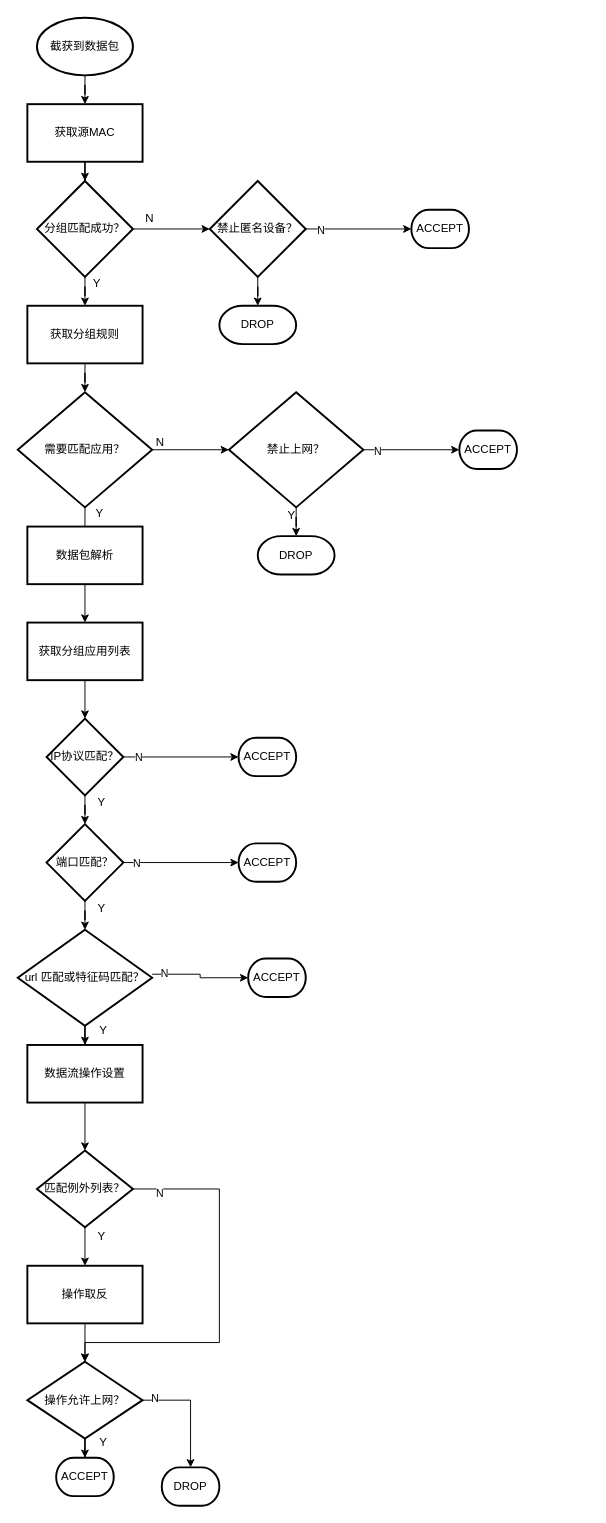
The draw.io diagram page "过滤器流程" (3 of 4) of img/image.drawio in gl-inet/parental-control, before the edit. Source tidied: cells renumbered, new cells numbered last; positions are measured from the earlier drawing's top-left corner, leaving out a move shared by most shapes. Both pictures are drawn from the tidied source at 96%, with x=0, y=0 at pixel (17, 17).
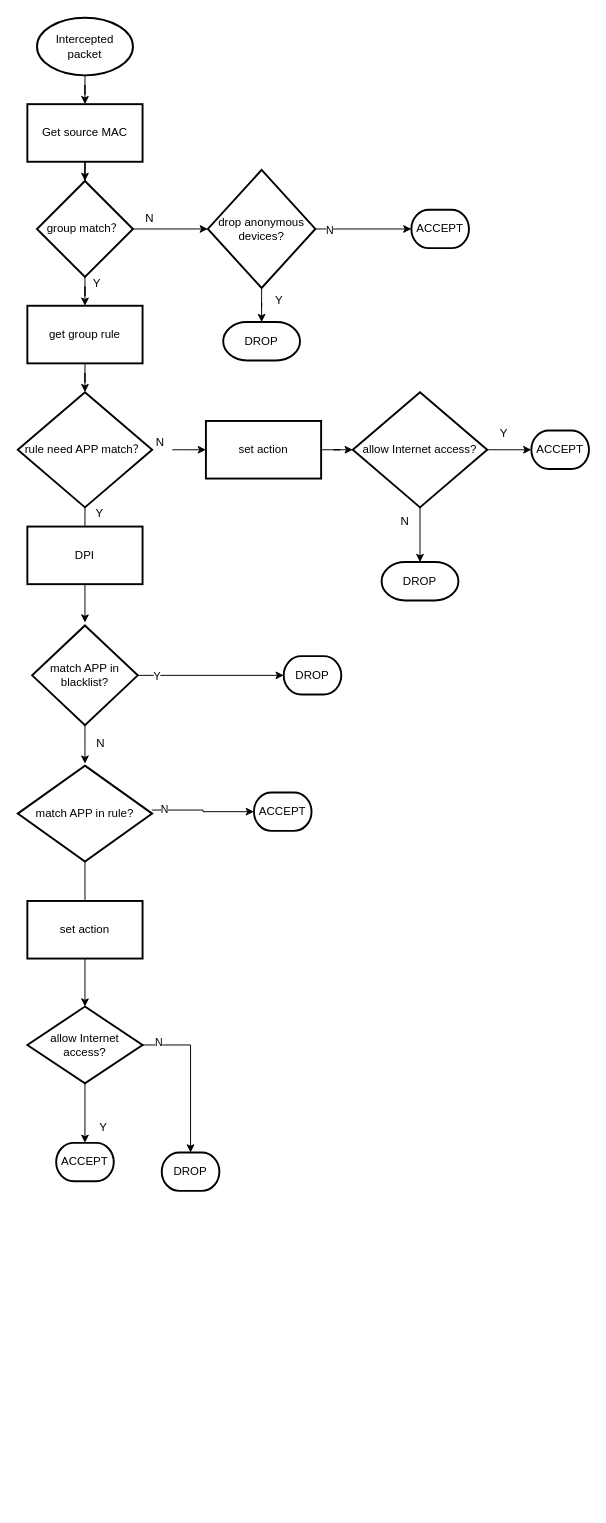
Above is the later version.

The change refers to these unchanged cells:
```xml
<mxCell id="20" style="edgeStyle=orthogonalEdgeStyle;rounded=0;jettySize=auto;html=1;" parent="1" edge="1" source="23" target="24">
  <mxGeometry relative="1" as="geometry" />
</mxCell>
<mxCell id="31" style="edgeStyle=orthogonalEdgeStyle;rounded=0;jettySize=auto;html=1;entryX=0;entryY=0.5;entryDx=0;entryDy=0;entryPerimeter=0;" parent="1" edge="1" source="33" target="38">
  <mxGeometry relative="1" as="geometry" />
</mxCell>
<mxCell id="60" value="N" style="text;html=1;align=center;verticalAlign=middle;points=[];strokeColor=none;fillColor=none;" parent="1" vertex="1">
  <mxGeometry x="134" y="430" width="27" height="26" as="geometry" />
</mxCell>
```

The edit, as a diff of the source:
```diff
@@
-    <mxCell id="3" value="截获到数据包" style="strokeWidth=2;html=1;shape=mxgraph.flowchart.start_1;whiteSpace=wrap;fillColor=none;" parent="1" vertex="1">
+    <mxCell id="3" value="Intercepted packet" style="strokeWidth=2;html=1;shape=mxgraph.flowchart.start_1;whiteSpace=wrap;fillColor=none;" parent="1" vertex="1">
       <mxGeometry x="20" width="100" height="60" as="geometry" />
     </mxCell>
@@
-    <mxCell id="6" value="分组匹配成功？" style="strokeWidth=2;html=1;shape=mxgraph.flowchart.decision;whiteSpace=wrap;" parent="1" vertex="1">
+    <mxCell id="6" value="group match？" style="strokeWidth=2;html=1;shape=mxgraph.flowchart.decision;whiteSpace=wrap;" parent="1" vertex="1">
       <mxGeometry x="20" y="170" width="100" height="100" as="geometry" />
     </mxCell>
@@
-    <mxCell id="10" value="禁止匿名设备？" style="strokeWidth=2;html=1;shape=mxgraph.flowchart.decision;whiteSpace=wrap;" parent="1" vertex="1">
-      <mxGeometry x="200" y="170" width="100" height="100" as="geometry" />
+    <mxCell id="10" value="drop anonymous devices?" style="strokeWidth=2;html=1;shape=mxgraph.flowchart.decision;whiteSpace=wrap;" parent="1" vertex="1">
+      <mxGeometry x="198" y="158.5" width="112" height="123" as="geometry" />
     </mxCell>
     <mxCell id="11" value="DROP" style="strokeWidth=2;html=1;shape=mxgraph.flowchart.terminator;whiteSpace=wrap;" parent="1" vertex="1">
-      <mxGeometry x="210" y="300" width="80" height="40" as="geometry" />
+      <mxGeometry x="214" y="317" width="80" height="40" as="geometry" />
     </mxCell>
@@
-    <mxCell id="14" value="获取分组规则" style="whiteSpace=wrap;html=1;strokeWidth=2;" parent="1" vertex="1">
+    <mxCell id="14" value="get group rule" style="whiteSpace=wrap;html=1;strokeWidth=2;" parent="1" vertex="1">
       <mxGeometry x="10" y="300" width="120" height="60" as="geometry" />
     </mxCell>
-    <mxCell id="15" style="edgeStyle=orthogonalEdgeStyle;rounded=0;jettySize=auto;html=1;" parent="1" edge="1" source="17" target="23">
-      <mxGeometry relative="1" as="geometry" />
-    </mxCell>
@@
-    <mxCell id="17" value="需要匹配应用？" style="rhombus;whiteSpace=wrap;html=1;strokeWidth=2;" parent="1" vertex="1">
+    <mxCell id="17" value="rule need APP match？" style="rhombus;whiteSpace=wrap;html=1;strokeWidth=2;" parent="1" vertex="1">
       <mxGeometry y="390" width="140" height="120" as="geometry" />
     </mxCell>
@@
-    <mxCell id="19" value="获取源MAC" style="whiteSpace=wrap;html=1;fillColor=none;strokeWidth=2;" parent="1" vertex="1">
+    <mxCell id="19" value="Get source MAC" style="whiteSpace=wrap;html=1;fillColor=none;strokeWidth=2;" parent="1" vertex="1">
       <mxGeometry x="10" y="90" width="120" height="60" as="geometry" />
     </mxCell>
@@
-    <mxCell id="21" value="N" style="edgeLabel;html=1;align=center;verticalAlign=middle;" parent="20" vertex="1">
-      <mxGeometry x="-0.72" y="-1" relative="1" as="geometry" />
-    </mxCell>
@@
-    <mxCell id="23" value="禁止上网？" style="rhombus;whiteSpace=wrap;html=1;strokeWidth=2;" parent="1" vertex="1">
-      <mxGeometry x="220" y="390" width="140" height="120" as="geometry" />
+    <mxCell id="23" value="allow Internet access?" style="rhombus;whiteSpace=wrap;html=1;strokeWidth=2;" parent="1" vertex="1">
+      <mxGeometry x="349" y="390" width="140" height="120" as="geometry" />
     </mxCell>
     <mxCell id="24" value="ACCEPT" style="strokeWidth=2;html=1;shape=mxgraph.flowchart.terminator;whiteSpace=wrap;" parent="1" vertex="1">
-      <mxGeometry x="460" y="430" width="60" height="40" as="geometry" />
+      <mxGeometry x="535" y="430" width="60" height="40" as="geometry" />
     </mxCell>
     <mxCell id="25" value="DROP" style="strokeWidth=2;html=1;shape=mxgraph.flowchart.terminator;whiteSpace=wrap;" parent="1" vertex="1">
-      <mxGeometry x="250" y="540" width="80" height="40" as="geometry" />
+      <mxGeometry x="379" y="567" width="80" height="40" as="geometry" />
     </mxCell>
-    <mxCell id="26" style="edgeStyle=orthogonalEdgeStyle;rounded=0;jettySize=auto;html=1;" parent="1" edge="1" source="27" target="29">
-      <mxGeometry relative="1" as="geometry" />
+    <mxCell id="26" style="edgeStyle=orthogonalEdgeStyle;rounded=0;jettySize=auto;html=1;" parent="1" edge="1" source="27">
+      <mxGeometry relative="1" as="geometry">
+        <mxPoint x="70" y="630" as="targetPoint" />
+      </mxGeometry>
     </mxCell>
-    <mxCell id="27" value="数据包解析" style="whiteSpace=wrap;html=1;strokeWidth=2;" parent="1" vertex="1">
+    <mxCell id="27" value="DPI" style="whiteSpace=wrap;html=1;strokeWidth=2;" parent="1" vertex="1">
       <mxGeometry x="10" y="530" width="120" height="60" as="geometry" />
     </mxCell>
-    <mxCell id="28" style="edgeStyle=orthogonalEdgeStyle;rounded=0;jettySize=auto;html=1;" parent="1" edge="1" source="29" target="33">
-      <mxGeometry relative="1" as="geometry" />
-    </mxCell>
-    <mxCell id="29" value="获取分组应用列表" style="whiteSpace=wrap;html=1;strokeWidth=2;" parent="1" vertex="1">
-      <mxGeometry x="10" y="630" width="120" height="60" as="geometry" />
-    </mxCell>
-    <mxCell id="30" style="edgeStyle=orthogonalEdgeStyle;rounded=0;jettySize=auto;html=1;" parent="1" edge="1" source="33" target="35">
-      <mxGeometry relative="1" as="geometry" />
+    <mxCell id="30" style="edgeStyle=orthogonalEdgeStyle;rounded=0;jettySize=auto;html=1;" parent="1" edge="1" source="33">
+      <mxGeometry relative="1" as="geometry">
+        <mxPoint x="70" y="777" as="targetPoint" />
+      </mxGeometry>
     </mxCell>
@@
-    <mxCell id="32" value="N" style="edgeLabel;html=1;align=center;verticalAlign=middle;" parent="31" vertex="1">
+    <mxCell id="32" value="Y" style="edgeLabel;html=1;align=center;verticalAlign=middle;" parent="31" vertex="1">
       <mxGeometry x="-0.75" relative="1" as="geometry" />
     </mxCell>
-    <mxCell id="33" value="IP协议匹配？" style="rhombus;whiteSpace=wrap;html=1;strokeWidth=2;" parent="1" vertex="1">
-      <mxGeometry x="30" y="730" width="80" height="80" as="geometry" />
+    <mxCell id="33" value="match APP in blacklist?" style="rhombus;whiteSpace=wrap;html=1;strokeWidth=2;" parent="1" vertex="1">
+      <mxGeometry x="15" y="633" width="110" height="104" as="geometry" />
     </mxCell>
-    <mxCell id="34" style="edgeStyle=orthogonalEdgeStyle;rounded=0;jettySize=auto;html=1;" parent="1" edge="1" source="35" target="37">
-      <mxGeometry relative="1" as="geometry" />
-    </mxCell>
-    <mxCell id="35" value="端口匹配？" style="rhombus;whiteSpace=wrap;html=1;strokeWidth=2;" parent="1" vertex="1">
-      <mxGeometry x="30" y="840" width="80" height="80" as="geometry" />
-    </mxCell>
-    <mxCell id="36" style="edgeStyle=orthogonalEdgeStyle;rounded=0;jettySize=auto;html=1;" parent="1" edge="1" source="37" target="46">
-      <mxGeometry relative="1" as="geometry" />
-    </mxCell>
-    <mxCell id="37" value="url 匹配或特征码匹配？" style="rhombus;whiteSpace=wrap;html=1;strokeWidth=2;" parent="1" vertex="1">
-      <mxGeometry y="950" width="140" height="100" as="geometry" />
+    <mxCell id="37" value="match APP in rule?" style="rhombus;whiteSpace=wrap;html=1;strokeWidth=2;" parent="1" vertex="1">
+      <mxGeometry y="779" width="140" height="100" as="geometry" />
     </mxCell>
-    <mxCell id="38" value="ACCEPT" style="strokeWidth=2;html=1;shape=mxgraph.flowchart.terminator;whiteSpace=wrap;" parent="1" vertex="1">
-      <mxGeometry x="230" y="750" width="60" height="40" as="geometry" />
+    <mxCell id="38" value="DROP" style="strokeWidth=2;html=1;shape=mxgraph.flowchart.terminator;whiteSpace=wrap;" parent="1" vertex="1">
+      <mxGeometry x="277" y="665" width="60" height="40" as="geometry" />
     </mxCell>
-    <mxCell id="39" style="edgeStyle=orthogonalEdgeStyle;rounded=0;jettySize=auto;html=1;exitX=1;exitY=0.5;exitDx=0;exitDy=0;entryX=0;entryY=0.5;entryDx=0;entryDy=0;entryPerimeter=0;" parent="1" edge="1" source="35" target="41">
-      <mxGeometry relative="1" as="geometry" />
-    </mxCell>
-    <mxCell id="40" value="N" style="edgeLabel;html=1;align=center;verticalAlign=middle;" parent="39" vertex="1">
-      <mxGeometry x="-0.78" relative="1" as="geometry" />
-    </mxCell>
-    <mxCell id="41" value="ACCEPT" style="strokeWidth=2;html=1;shape=mxgraph.flowchart.terminator;whiteSpace=wrap;" parent="1" vertex="1">
-      <mxGeometry x="230" y="860" width="60" height="40" as="geometry" />
-    </mxCell>
@@
     <mxCell id="44" value="ACCEPT" style="strokeWidth=2;html=1;shape=mxgraph.flowchart.terminator;whiteSpace=wrap;" parent="1" vertex="1">
-      <mxGeometry x="240" y="980" width="60" height="40" as="geometry" />
+      <mxGeometry x="246" y="807" width="60" height="40" as="geometry" />
     </mxCell>
-    <mxCell id="45" style="edgeStyle=orthogonalEdgeStyle;rounded=0;jettySize=auto;html=1;" parent="1" edge="1" source="46" target="48">
-      <mxGeometry relative="1" as="geometry" />
-    </mxCell>
-    <mxCell id="46" value="数据流操作设置" style="whiteSpace=wrap;html=1;strokeWidth=2;" parent="1" vertex="1">
-      <mxGeometry x="10" y="1070" width="120" height="60" as="geometry" />
-    </mxCell>
-    <mxCell id="47" style="edgeStyle=orthogonalEdgeStyle;rounded=0;jettySize=auto;html=1;" parent="1" edge="1" source="48" target="50">
-      <mxGeometry relative="1" as="geometry" />
-    </mxCell>
-    <mxCell id="48" value="匹配例外列表？" style="rhombus;whiteSpace=wrap;html=1;strokeWidth=2;" parent="1" vertex="1">
-      <mxGeometry x="20" y="1180" width="100" height="80" as="geometry" />
-    </mxCell>
-    <mxCell id="49" style="edgeStyle=orthogonalEdgeStyle;rounded=0;jettySize=auto;html=1;" parent="1" edge="1" source="50" target="54">
-      <mxGeometry relative="1" as="geometry" />
-    </mxCell>
-    <mxCell id="50" value="操作取反" style="whiteSpace=wrap;html=1;strokeWidth=2;" parent="1" vertex="1">
-      <mxGeometry x="10" y="1300" width="120" height="60" as="geometry" />
-    </mxCell>
@@
-    <mxCell id="54" value="操作允许上网？" style="rhombus;whiteSpace=wrap;html=1;strokeWidth=2;" parent="1" vertex="1">
-      <mxGeometry x="10" y="1400" width="120" height="80" as="geometry" />
+    <mxCell id="54" value="allow Internet access?" style="rhombus;whiteSpace=wrap;html=1;strokeWidth=2;" parent="1" vertex="1">
+      <mxGeometry x="10" y="1030" width="120" height="80" as="geometry" />
     </mxCell>
     <mxCell id="55" value="ACCEPT" style="strokeWidth=2;html=1;shape=mxgraph.flowchart.terminator;whiteSpace=wrap;" parent="1" vertex="1">
-      <mxGeometry x="40" y="1500" width="60" height="40" as="geometry" />
+      <mxGeometry x="40" y="1172" width="60" height="40" as="geometry" />
     </mxCell>
     <mxCell id="56" value="DROP" style="strokeWidth=2;html=1;shape=mxgraph.flowchart.terminator;whiteSpace=wrap;" parent="1" vertex="1">
-      <mxGeometry x="150" y="1510" width="60" height="40" as="geometry" />
+      <mxGeometry x="150" y="1182" width="60" height="40" as="geometry" />
     </mxCell>
-    <mxCell id="57" style="edgeStyle=orthogonalEdgeStyle;rounded=0;jettySize=auto;html=1;" parent="1" edge="1" source="48" target="54">
-      <mxGeometry relative="1" as="geometry">
-        <Array as="points">
-          <mxPoint x="210" y="1220" />
-          <mxPoint x="210" y="1380" />
-          <mxPoint x="70" y="1380" />
-        </Array>
-      </mxGeometry>
-    </mxCell>
-    <mxCell id="58" value="N" style="edgeLabel;html=1;align=center;verticalAlign=middle;" parent="57" vertex="1">
-      <mxGeometry x="-0.87" y="-4" relative="1" as="geometry" />
-    </mxCell>
-    <mxCell id="59" value="Y" style="text;html=1;align=center;verticalAlign=middle;strokeColor=none;fillColor=none;" parent="1" vertex="1">
-      <mxGeometry x="272" y="506" width="26" height="26" as="geometry" />
-    </mxCell>
+    <mxCell id="69" style="edgeStyle=orthogonalEdgeStyle;rounded=0;jettySize=auto;html=1;" parent="1" edge="1" source="60" target="71">
+      <mxGeometry relative="1" as="geometry">
+        <Array as="points">
+          <mxPoint x="171" y="450" />
+          <mxPoint x="171" y="450" />
+        </Array>
+      </mxGeometry>
+    </mxCell>
@@
-    <mxCell id="64" value="Y" style="text;html=1;align=center;verticalAlign=middle;strokeColor=none;fillColor=none;" parent="1" vertex="1">
-      <mxGeometry x="74" y="915" width="26" height="26" as="geometry" />
-    </mxCell>
-    <mxCell id="65" value="Y" style="text;html=1;align=center;verticalAlign=middle;strokeColor=none;fillColor=none;" parent="1" vertex="1">
-      <mxGeometry x="74" y="805" width="26" height="26" as="geometry" />
+    <mxCell id="65" value="N" style="text;html=1;align=center;verticalAlign=middle;strokeColor=none;fillColor=none;" parent="1" vertex="1">
+      <mxGeometry x="72" y="743" width="27" height="26" as="geometry" />
     </mxCell>
-    <mxCell id="66" value="Y" style="text;html=1;align=center;verticalAlign=middle;strokeColor=none;fillColor=none;" parent="1" vertex="1">
-      <mxGeometry x="76" y="1042" width="26" height="26" as="geometry" />
-    </mxCell>
-    <mxCell id="67" value="Y" style="text;html=1;align=center;verticalAlign=middle;strokeColor=none;fillColor=none;" parent="1" vertex="1">
-      <mxGeometry x="74" y="1257" width="26" height="26" as="geometry" />
-    </mxCell>
     <mxCell id="68" value="Y" style="text;html=1;align=center;verticalAlign=middle;strokeColor=none;fillColor=none;" parent="1" vertex="1">
-      <mxGeometry x="76" y="1471" width="26" height="26" as="geometry" />
+      <mxGeometry x="76" y="1143" width="26" height="26" as="geometry" />
     </mxCell>
+    <mxCell id="70" style="edgeStyle=orthogonalEdgeStyle;rounded=0;jettySize=auto;html=1;" parent="1" edge="1" source="71" target="23">
+      <mxGeometry relative="1" as="geometry" />
+    </mxCell>
+    <mxCell id="71" value="set action" style="whiteSpace=wrap;html=1;strokeWidth=2;" parent="1" vertex="1">
+      <mxGeometry x="196" y="420" width="120" height="60" as="geometry" />
+    </mxCell>
+    <mxCell id="72" value="Y" style="text;html=1;align=center;verticalAlign=middle;strokeColor=none;fillColor=none;" parent="1" vertex="1">
+      <mxGeometry x="493" y="420" width="26" height="26" as="geometry" />
+    </mxCell>
+    <mxCell id="73" value="N" style="text;html=1;align=center;verticalAlign=middle;strokeColor=none;fillColor=none;" parent="1" vertex="1">
+      <mxGeometry x="389" y="512" width="27" height="26" as="geometry" />
+    </mxCell>
+    <mxCell id="74" style="edgeStyle=orthogonalEdgeStyle;rounded=0;jettySize=auto;html=1;" parent="1" edge="1" source="75" target="54">
+      <mxGeometry relative="1" as="geometry" />
+    </mxCell>
+    <mxCell id="75" value="set action" style="whiteSpace=wrap;html=1;strokeWidth=2;" parent="1" vertex="1">
+      <mxGeometry x="10" y="920" width="120" height="60" as="geometry" />
+    </mxCell>
+    <mxCell id="76" style="edgeStyle=orthogonalEdgeStyle;rounded=0;jettySize=auto;html=1;endArrow=none;" parent="1" edge="1" source="37" target="75">
+      <mxGeometry relative="1" as="geometry" />
+    </mxCell>
+    <mxCell id="77" value="Y" style="text;html=1;align=center;verticalAlign=middle;strokeColor=none;fillColor=none;" parent="1" vertex="1">
+      <mxGeometry x="259" y="281.5" width="26" height="26" as="geometry" />
+    </mxCell>
```
